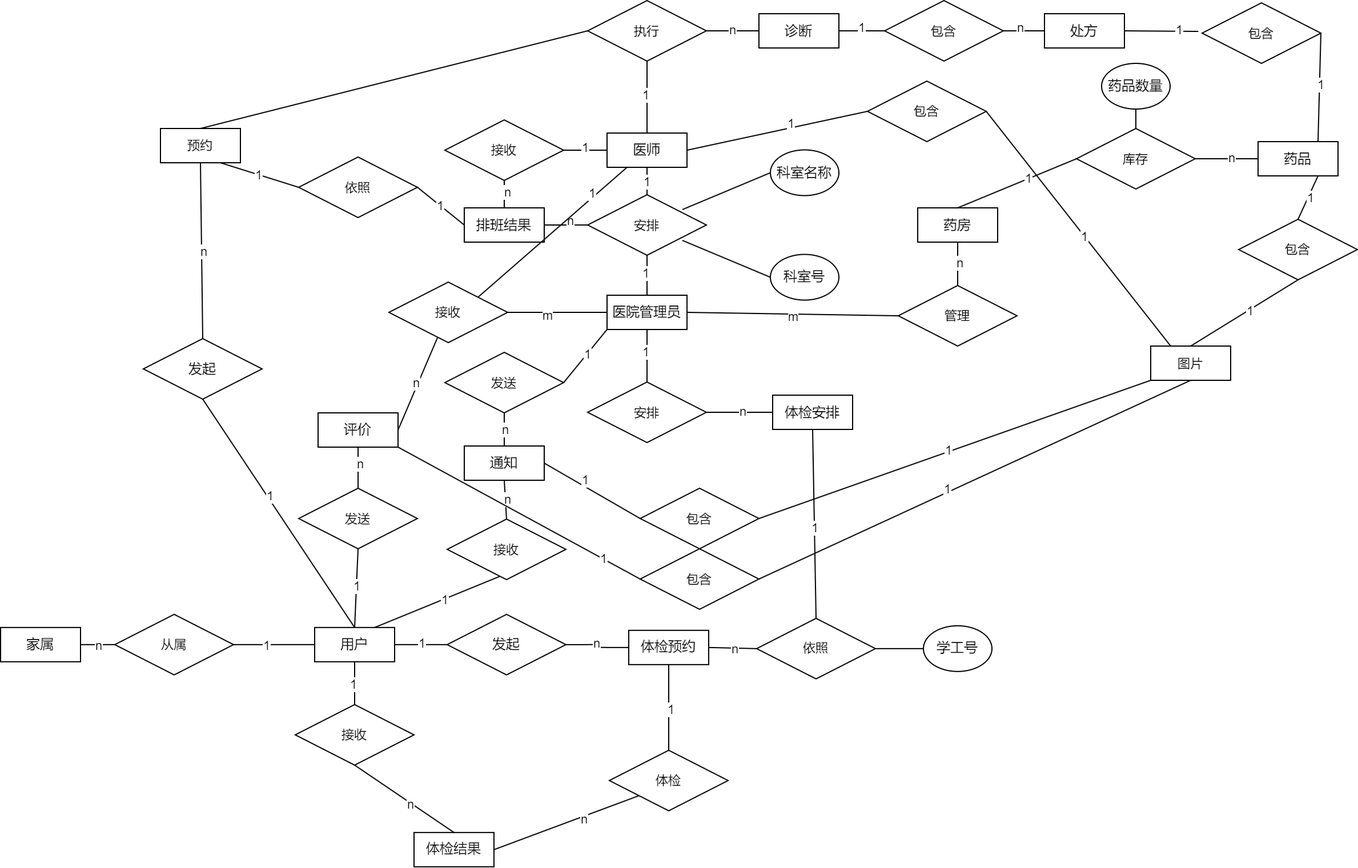
This is docs/系统设计报告/images/basicER.png from Meng-XuanYu/Medical_System, a draw.io export, as it was before one commit. Source tidied: cells renumbered, new cells last; positions are measured from the earlier drawing's top-left corner, leaving out a move shared by most shapes.
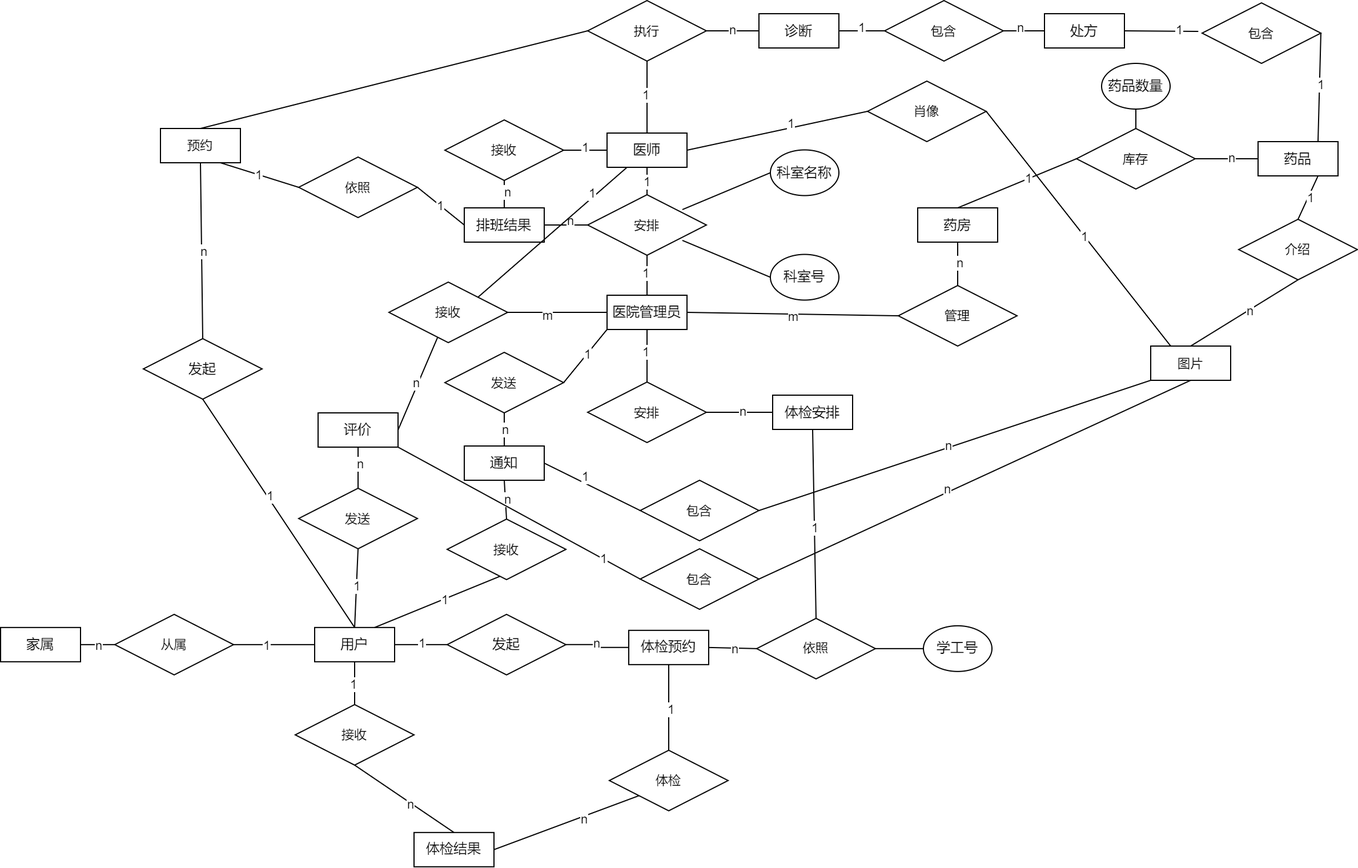
Above is the later version.

What changed in the source:
```diff
@@ -401,10 +401,10 @@
     <mxCell id="132" style="edgeStyle=none;shape=connector;rounded=0;jettySize=auto;html=1;exitX=0.5;exitY=1;exitDx=0;exitDy=0;entryX=0.5;entryY=0;entryDx=0;entryDy=0;strokeColor=default;align=center;verticalAlign=middle;fontFamily=Helvetica;fontSize=11;fontColor=default;labelBackgroundColor=default;endArrow=none;endFill=0;" parent="1" edge="1" source="134" target="131">
       <mxGeometry relative="1" as="geometry" />
     </mxCell>
-    <mxCell id="133" value="1" style="edgeLabel;html=1;align=center;verticalAlign=middle;fontFamily=Helvetica;fontSize=11;fontColor=default;labelBackgroundColor=default;" parent="132" vertex="1">
+    <mxCell id="133" value="n" style="edgeLabel;html=1;align=center;verticalAlign=middle;fontFamily=Helvetica;fontSize=11;fontColor=default;labelBackgroundColor=default;" parent="132" vertex="1">
       <mxGeometry x="-0.1" y="1" relative="1" as="geometry" />
     </mxCell>
-    <mxCell id="134" value="包含" style="rhombus;whiteSpace=wrap;html=1;fontFamily=Helvetica;fontSize=11;fontColor=default;labelBackgroundColor=default;" parent="1" vertex="1">
+    <mxCell id="134" value="介绍" style="rhombus;whiteSpace=wrap;html=1;fontFamily=Helvetica;fontSize=11;fontColor=default;labelBackgroundColor=default;" parent="1" vertex="1">
       <mxGeometry x="1084" y="191.5" width="104" height="53" as="geometry" />
     </mxCell>
     <mxCell id="135" style="edgeStyle=none;shape=connector;rounded=0;jettySize=auto;html=1;exitX=1;exitY=0.5;exitDx=0;exitDy=0;entryX=0.25;entryY=0;entryDx=0;entryDy=0;strokeColor=default;align=center;verticalAlign=middle;fontFamily=Helvetica;fontSize=11;fontColor=default;labelBackgroundColor=default;endArrow=none;endFill=0;" parent="1" edge="1" source="137" target="131">
@@ -413,22 +413,22 @@
     <mxCell id="136" value="1" style="edgeLabel;html=1;align=center;verticalAlign=middle;fontFamily=Helvetica;fontSize=11;fontColor=default;labelBackgroundColor=default;" parent="135" vertex="1">
       <mxGeometry x="0.06" y="-1" relative="1" as="geometry" />
     </mxCell>
-    <mxCell id="137" value="包含" style="rhombus;whiteSpace=wrap;html=1;fontFamily=Helvetica;fontSize=11;fontColor=default;labelBackgroundColor=default;" parent="1" vertex="1">
+    <mxCell id="137" value="肖像" style="rhombus;whiteSpace=wrap;html=1;fontFamily=Helvetica;fontSize=11;fontColor=default;labelBackgroundColor=default;" parent="1" vertex="1">
       <mxGeometry x="759" y="70.5" width="104" height="53" as="geometry" />
     </mxCell>
     <mxCell id="138" style="edgeStyle=none;shape=connector;rounded=0;jettySize=auto;html=1;exitX=1;exitY=0.5;exitDx=0;exitDy=0;entryX=0;entryY=1;entryDx=0;entryDy=0;strokeColor=default;align=center;verticalAlign=middle;fontFamily=Helvetica;fontSize=11;fontColor=default;labelBackgroundColor=default;endArrow=none;endFill=0;" parent="1" edge="1" source="140" target="131">
       <mxGeometry relative="1" as="geometry" />
     </mxCell>
-    <mxCell id="139" value="1" style="edgeLabel;html=1;align=center;verticalAlign=middle;fontFamily=Helvetica;fontSize=11;fontColor=default;labelBackgroundColor=default;" parent="138" vertex="1">
+    <mxCell id="139" value="n" style="edgeLabel;html=1;align=center;verticalAlign=middle;fontFamily=Helvetica;fontSize=11;fontColor=default;labelBackgroundColor=default;" parent="138" vertex="1">
       <mxGeometry x="-0.03" y="2" relative="1" as="geometry" />
     </mxCell>
     <mxCell id="140" value="包含" style="rhombus;whiteSpace=wrap;html=1;fontFamily=Helvetica;fontSize=11;fontColor=default;labelBackgroundColor=default;" parent="1" vertex="1">
-      <mxGeometry x="560" y="427" width="104" height="53" as="geometry" />
+      <mxGeometry x="560" y="420" width="104" height="53" as="geometry" />
     </mxCell>
     <mxCell id="141" style="edgeStyle=none;shape=connector;rounded=0;jettySize=auto;html=1;exitX=1;exitY=0.5;exitDx=0;exitDy=0;entryX=0.5;entryY=1;entryDx=0;entryDy=0;strokeColor=default;align=center;verticalAlign=middle;fontFamily=Helvetica;fontSize=11;fontColor=default;labelBackgroundColor=default;endArrow=none;endFill=0;" parent="1" edge="1" source="143" target="131">
       <mxGeometry relative="1" as="geometry" />
     </mxCell>
-    <mxCell id="142" value="1" style="edgeLabel;html=1;align=center;verticalAlign=middle;fontFamily=Helvetica;fontSize=11;fontColor=default;labelBackgroundColor=default;" parent="141" vertex="1">
+    <mxCell id="142" value="n" style="edgeLabel;html=1;align=center;verticalAlign=middle;fontFamily=Helvetica;fontSize=11;fontColor=default;labelBackgroundColor=default;" parent="141" vertex="1">
       <mxGeometry x="-0.12" y="4" relative="1" as="geometry">
         <mxPoint y="1" as="offset" />
       </mxGeometry>
```
